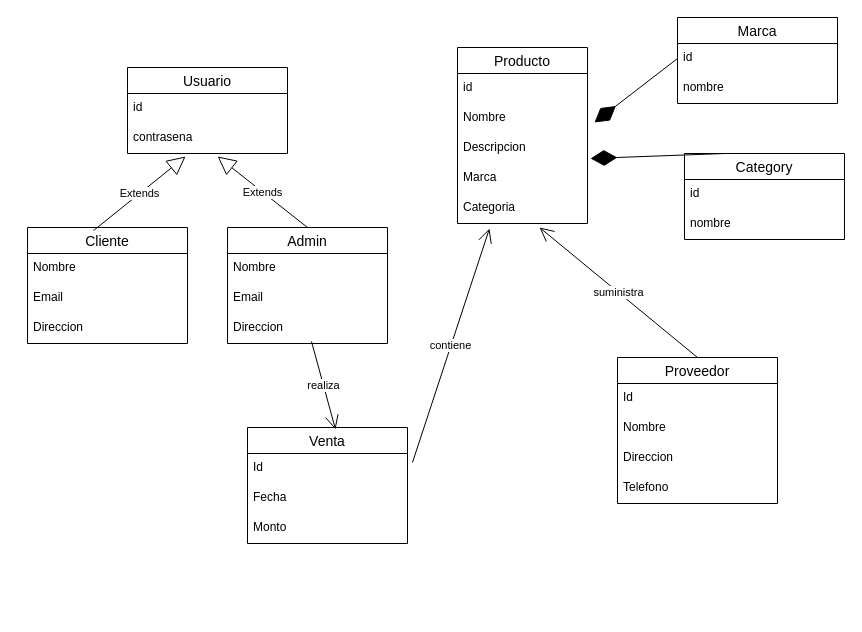
CardenalThompson/TPC_Salcedo_Carrasquero keeps this draw.io diagram as modelo Dominio.drawio. Above is the earlier version. Source tidied: cells renumbered, new cells numbered last; positions are measured from the earlier drawing's top-left corner, leaving out a move shared by most shapes. Both pictures are drawn from the tidied source at 100%, with x=0, y=0 at pixel (27, 17).
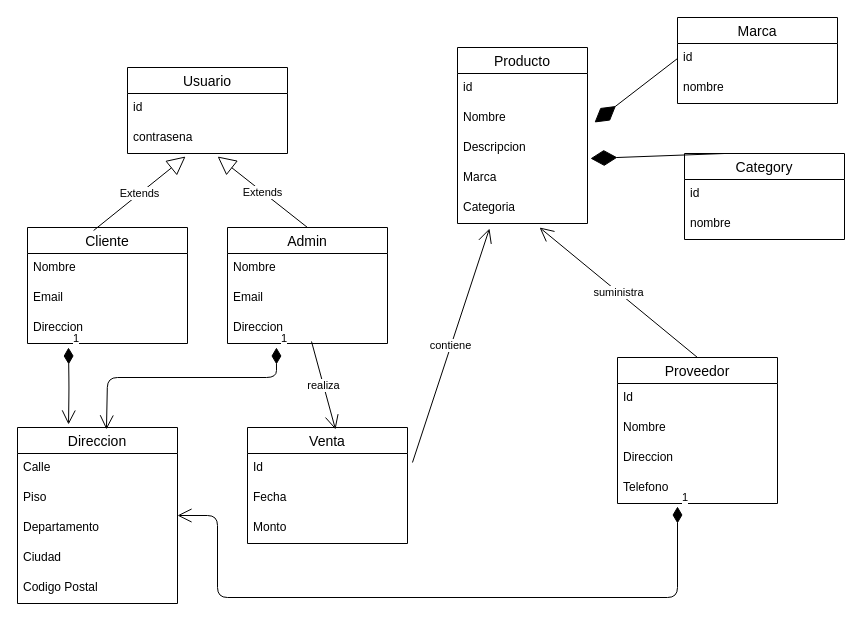
Above is the later version.

The change refers to these unchanged cells:
```xml
<mxCell id="28" value="Direccion" style="text;strokeColor=none;fillColor=none;spacingLeft=4;spacingRight=4;overflow=hidden;points=[[0,0.5],[1,0.5]];portConstraint=eastwest;fontSize=12;" parent="25" vertex="1">
  <mxGeometry y="86" width="160" height="30" as="geometry" />
</mxCell>
<mxCell id="37" value="Telefono" style="text;strokeColor=none;fillColor=none;spacingLeft=4;spacingRight=4;overflow=hidden;points=[[0,0.5],[1,0.5]];portConstraint=eastwest;fontSize=12;" parent="33" vertex="1">
  <mxGeometry y="116" width="160" height="30" as="geometry" />
</mxCell>
```

Diff of the diagram source:
```diff
@@
+    <mxCell id="41" value="Direccion" style="swimlane;fontStyle=0;horizontal=1;startSize=26;align=center;fontSize=14;" parent="1" vertex="1">
+      <mxGeometry x="-10" y="410" width="160" height="176" as="geometry" />
+    </mxCell>
+    <mxCell id="42" value="Calle" style="text;strokeColor=none;fillColor=none;spacingLeft=4;spacingRight=4;overflow=hidden;fontSize=12;" parent="41" vertex="1">
+      <mxGeometry y="26" width="160" height="30" as="geometry" />
+    </mxCell>
+    <mxCell id="43" value="Piso" style="text;strokeColor=none;fillColor=none;spacingLeft=4;spacingRight=4;overflow=hidden;fontSize=12;" parent="41" vertex="1">
+      <mxGeometry y="56" width="160" height="30" as="geometry" />
+    </mxCell>
+    <mxCell id="44" value="Departamento&#10;" style="text;strokeColor=none;fillColor=none;spacingLeft=4;spacingRight=4;overflow=hidden;fontSize=12;" parent="41" vertex="1">
+      <mxGeometry y="86" width="160" height="30" as="geometry" />
+    </mxCell>
+    <mxCell id="45" value="Ciudad" style="text;strokeColor=none;fillColor=none;spacingLeft=4;spacingRight=4;overflow=hidden;fontSize=12;" parent="41" vertex="1">
+      <mxGeometry y="116" width="160" height="30" as="geometry" />
+    </mxCell>
+    <mxCell id="46" value="Codigo Postal" style="text;strokeColor=none;fillColor=none;spacingLeft=4;spacingRight=4;overflow=hidden;fontSize=12;" parent="41" vertex="1">
+      <mxGeometry y="146" width="160" height="30" as="geometry" />
+    </mxCell>
+    <mxCell id="47" value="1" style="endArrow=open;html=1;endSize=12;startArrow=diamondThin;startSize=14;startFill=1;edgeStyle=orthogonalEdgeStyle;align=left;verticalAlign=bottom;entryX=0.319;entryY=-0.017;entryDx=0;entryDy=0;entryPerimeter=0;" parent="1" edge="1" target="41">
+      <mxGeometry x="-1" y="3" relative="1" as="geometry">
+        <mxPoint x="41" y="330" as="sourcePoint" />
+      </mxGeometry>
+    </mxCell>
+    <mxCell id="48" value="1" style="endArrow=open;html=1;endSize=12;startArrow=diamondThin;startSize=14;startFill=1;edgeStyle=orthogonalEdgeStyle;align=left;verticalAlign=bottom;entryX=0.556;entryY=0.011;entryDx=0;entryDy=0;entryPerimeter=0;exitX=0.306;exitY=1.133;exitDx=0;exitDy=0;exitPerimeter=0;" parent="1" edge="1" source="28" target="41">
+      <mxGeometry x="-1" y="3" relative="1" as="geometry">
+        <Array as="points">
+          <mxPoint x="249" y="360" />
+          <mxPoint x="80" y="360" />
+        </Array>
+      </mxGeometry>
+    </mxCell>
+    <mxCell id="49" value="1" style="endArrow=open;html=1;endSize=12;startArrow=diamondThin;startSize=14;startFill=1;edgeStyle=orthogonalEdgeStyle;align=left;verticalAlign=bottom;exitX=0.375;exitY=1.1;exitDx=0;exitDy=0;exitPerimeter=0;" parent="1" edge="1" source="37" target="41">
+      <mxGeometry x="-1" y="3" relative="1" as="geometry">
+        <Array as="points">
+          <mxPoint x="650" y="580" />
+          <mxPoint x="190" y="580" />
+          <mxPoint x="190" y="498" />
+        </Array>
+      </mxGeometry>
+    </mxCell>
```
